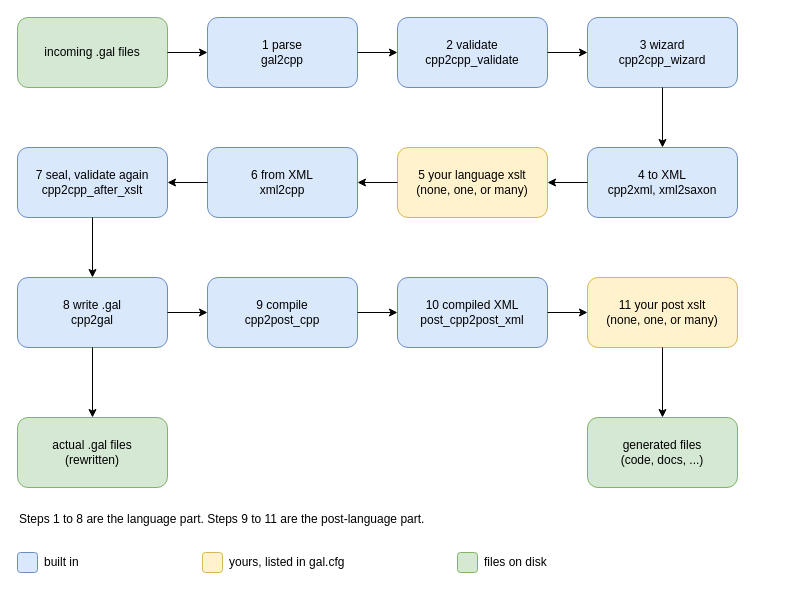
goloveshin/galimatron_doc keeps this draw.io diagram as drawio/03_run_pipeline.drawio. Above is the earlier version. Source tidied: cells renumbered, new cells numbered last; positions are measured from the earlier drawing's top-left corner, leaving out a move shared by most shapes. Both pictures are drawn from the tidied source at 100%, with x=0, y=0 at pixel (17, 17).
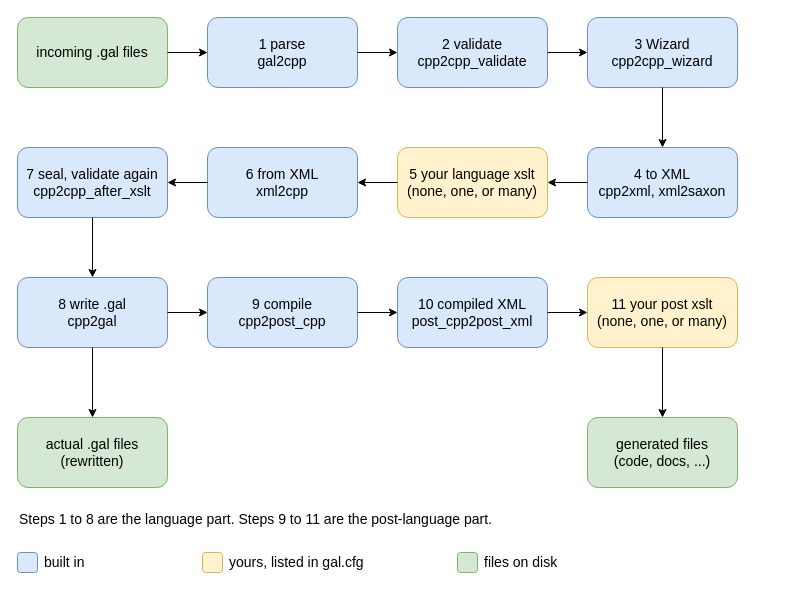
After the change.

Change to the diagram source:
```diff
@@
-    <mxCell id="2" value="incoming .gal files" style="rounded=1;whiteSpace=wrap;html=1;fillColor=#d5e8d4;strokeColor=#82b366;" parent="1" vertex="1">
+    <mxCell id="2" value="incoming .gal files" style="rounded=1;whiteSpace=wrap;html=1;fillColor=#d5e8d4;strokeColor=#82b366;fontSize=14;" parent="1" vertex="1">
       <mxGeometry width="150" height="70" as="geometry" />
     </mxCell>
-    <mxCell id="3" value="1 parse&lt;br&gt;gal2cpp" style="rounded=1;whiteSpace=wrap;html=1;fillColor=#dae8fc;strokeColor=#6c8ebf;" parent="1" vertex="1">
+    <mxCell id="3" value="1 parse&lt;br&gt;gal2cpp" style="rounded=1;whiteSpace=wrap;html=1;fillColor=#dae8fc;strokeColor=#6c8ebf;fontSize=14;" parent="1" vertex="1">
       <mxGeometry x="190" width="150" height="70" as="geometry" />
     </mxCell>
-    <mxCell id="4" value="2 validate&lt;br&gt;cpp2cpp_validate" style="rounded=1;whiteSpace=wrap;html=1;fillColor=#dae8fc;strokeColor=#6c8ebf;" parent="1" vertex="1">
+    <mxCell id="4" value="2 validate&lt;br&gt;cpp2cpp_validate" style="rounded=1;whiteSpace=wrap;html=1;fillColor=#dae8fc;strokeColor=#6c8ebf;fontSize=14;" parent="1" vertex="1">
       <mxGeometry x="380" width="150" height="70" as="geometry" />
     </mxCell>
-    <mxCell id="5" value="3 wizard&lt;br&gt;cpp2cpp_wizard" style="rounded=1;whiteSpace=wrap;html=1;fillColor=#dae8fc;strokeColor=#6c8ebf;" parent="1" vertex="1">
+    <mxCell id="5" value="3 Wizard&lt;br&gt;cpp2cpp_wizard" style="rounded=1;whiteSpace=wrap;html=1;fillColor=#dae8fc;strokeColor=#6c8ebf;fontSize=14;" parent="1" vertex="1">
       <mxGeometry x="570" width="150" height="70" as="geometry" />
     </mxCell>
-    <mxCell id="6" value="4 to XML&lt;br&gt;cpp2xml, xml2saxon" style="rounded=1;whiteSpace=wrap;html=1;fillColor=#dae8fc;strokeColor=#6c8ebf;" parent="1" vertex="1">
+    <mxCell id="6" value="4 to XML&lt;br&gt;cpp2xml, xml2saxon" style="rounded=1;whiteSpace=wrap;html=1;fillColor=#dae8fc;strokeColor=#6c8ebf;fontSize=14;" parent="1" vertex="1">
       <mxGeometry x="570" y="130" width="150" height="70" as="geometry" />
     </mxCell>
-    <mxCell id="7" value="5 your language xslt&lt;br&gt;(none, one, or many)" style="rounded=1;whiteSpace=wrap;html=1;fillColor=#fff2cc;strokeColor=#d6b656;" parent="1" vertex="1">
+    <mxCell id="7" value="5 your language xslt&lt;br&gt;(none, one, or many)" style="rounded=1;whiteSpace=wrap;html=1;fillColor=#fff2cc;strokeColor=#d6b656;fontSize=14;" parent="1" vertex="1">
       <mxGeometry x="380" y="130" width="150" height="70" as="geometry" />
     </mxCell>
-    <mxCell id="8" value="6 from XML&lt;br&gt;xml2cpp" style="rounded=1;whiteSpace=wrap;html=1;fillColor=#dae8fc;strokeColor=#6c8ebf;" parent="1" vertex="1">
+    <mxCell id="8" value="6 from XML&lt;br&gt;xml2cpp" style="rounded=1;whiteSpace=wrap;html=1;fillColor=#dae8fc;strokeColor=#6c8ebf;fontSize=14;" parent="1" vertex="1">
       <mxGeometry x="190" y="130" width="150" height="70" as="geometry" />
     </mxCell>
-    <mxCell id="9" value="7 seal, validate again&lt;br&gt;cpp2cpp_after_xslt" style="rounded=1;whiteSpace=wrap;html=1;fillColor=#dae8fc;strokeColor=#6c8ebf;" parent="1" vertex="1">
+    <mxCell id="9" value="7 seal, validate again&lt;br&gt;cpp2cpp_after_xslt" style="rounded=1;whiteSpace=wrap;html=1;fillColor=#dae8fc;strokeColor=#6c8ebf;fontSize=14;" parent="1" vertex="1">
       <mxGeometry y="130" width="150" height="70" as="geometry" />
     </mxCell>
-    <mxCell id="10" value="8 write .gal&lt;br&gt;cpp2gal" style="rounded=1;whiteSpace=wrap;html=1;fillColor=#dae8fc;strokeColor=#6c8ebf;" parent="1" vertex="1">
+    <mxCell id="10" value="8 write .gal&lt;br&gt;cpp2gal" style="rounded=1;whiteSpace=wrap;html=1;fillColor=#dae8fc;strokeColor=#6c8ebf;fontSize=14;" parent="1" vertex="1">
       <mxGeometry y="260" width="150" height="70" as="geometry" />
     </mxCell>
-    <mxCell id="11" value="9 compile&lt;br&gt;cpp2post_cpp" style="rounded=1;whiteSpace=wrap;html=1;fillColor=#dae8fc;strokeColor=#6c8ebf;" parent="1" vertex="1">
+    <mxCell id="11" value="9 compile&lt;br&gt;cpp2post_cpp" style="rounded=1;whiteSpace=wrap;html=1;fillColor=#dae8fc;strokeColor=#6c8ebf;fontSize=14;" parent="1" vertex="1">
       <mxGeometry x="190" y="260" width="150" height="70" as="geometry" />
     </mxCell>
-    <mxCell id="12" value="10 compiled XML&lt;br&gt;post_cpp2post_xml" style="rounded=1;whiteSpace=wrap;html=1;fillColor=#dae8fc;strokeColor=#6c8ebf;" parent="1" vertex="1">
+    <mxCell id="12" value="10 compiled XML&lt;br&gt;post_cpp2post_xml" style="rounded=1;whiteSpace=wrap;html=1;fillColor=#dae8fc;strokeColor=#6c8ebf;fontSize=14;" parent="1" vertex="1">
       <mxGeometry x="380" y="260" width="150" height="70" as="geometry" />
     </mxCell>
-    <mxCell id="13" value="11 your post xslt&lt;br&gt;(none, one, or many)" style="rounded=1;whiteSpace=wrap;html=1;fillColor=#fff2cc;strokeColor=#d6b656;" parent="1" vertex="1">
+    <mxCell id="13" value="11 your post xslt&lt;br&gt;(none, one, or many)" style="rounded=1;whiteSpace=wrap;html=1;fillColor=#fff2cc;strokeColor=#d6b656;fontSize=14;" parent="1" vertex="1">
       <mxGeometry x="570" y="260" width="150" height="70" as="geometry" />
     </mxCell>
-    <mxCell id="14" value="actual .gal files&lt;br&gt;(rewritten)" style="rounded=1;whiteSpace=wrap;html=1;fillColor=#d5e8d4;strokeColor=#82b366;" parent="1" vertex="1">
+    <mxCell id="14" value="actual .gal files&lt;br&gt;(rewritten)" style="rounded=1;whiteSpace=wrap;html=1;fillColor=#d5e8d4;strokeColor=#82b366;fontSize=14;" parent="1" vertex="1">
       <mxGeometry y="400" width="150" height="70" as="geometry" />
     </mxCell>
-    <mxCell id="15" value="generated files&lt;br&gt;(code, docs, ...)" style="rounded=1;whiteSpace=wrap;html=1;fillColor=#d5e8d4;strokeColor=#82b366;" parent="1" vertex="1">
+    <mxCell id="15" value="generated files&lt;br&gt;(code, docs, ...)" style="rounded=1;whiteSpace=wrap;html=1;fillColor=#d5e8d4;strokeColor=#82b366;fontSize=14;" parent="1" vertex="1">
       <mxGeometry x="570" y="400" width="150" height="70" as="geometry" />
     </mxCell>
@@
-    <mxCell id="29" value="Steps 1 to 8 are the language part. Steps 9 to 11 are the post-language part." style="text;html=1;whiteSpace=wrap;verticalAlign=middle;align=left;" parent="1" vertex="1">
+    <mxCell id="29" value="Steps 1 to 8 are the language part. Steps 9 to 11 are the post-language part." style="text;html=1;whiteSpace=wrap;verticalAlign=middle;align=left;fontSize=14;" parent="1" vertex="1">
       <mxGeometry y="490" width="750" height="24" as="geometry" />
     </mxCell>
-    <mxCell id="30" style="rounded=1;whiteSpace=wrap;html=1;fillColor=#dae8fc;strokeColor=#6c8ebf;" parent="1" vertex="1">
+    <mxCell id="30" style="rounded=1;whiteSpace=wrap;html=1;fillColor=#dae8fc;strokeColor=#6c8ebf;fontSize=14;" parent="1" vertex="1">
       <mxGeometry y="535" width="20" height="20" as="geometry" />
     </mxCell>
-    <mxCell id="31" value="built in" style="text;html=1;whiteSpace=wrap;verticalAlign=middle;align=left;" parent="1" vertex="1">
+    <mxCell id="31" value="built in" style="text;html=1;whiteSpace=wrap;verticalAlign=middle;align=left;fontSize=14;" parent="1" vertex="1">
       <mxGeometry x="25" y="530" width="150" height="30" as="geometry" />
     </mxCell>
-    <mxCell id="32" style="rounded=1;whiteSpace=wrap;html=1;fillColor=#fff2cc;strokeColor=#d6b656;" parent="1" vertex="1">
+    <mxCell id="32" style="rounded=1;whiteSpace=wrap;html=1;fillColor=#fff2cc;strokeColor=#d6b656;fontSize=14;" parent="1" vertex="1">
       <mxGeometry x="185" y="535" width="20" height="20" as="geometry" />
     </mxCell>
-    <mxCell id="33" value="yours, listed in gal.cfg" style="text;html=1;whiteSpace=wrap;verticalAlign=middle;align=left;" parent="1" vertex="1">
+    <mxCell id="33" value="yours, listed in gal.cfg" style="text;html=1;whiteSpace=wrap;verticalAlign=middle;align=left;fontSize=14;" parent="1" vertex="1">
       <mxGeometry x="210" y="530" width="200" height="30" as="geometry" />
     </mxCell>
-    <mxCell id="34" style="rounded=1;whiteSpace=wrap;html=1;fillColor=#d5e8d4;strokeColor=#82b366;" parent="1" vertex="1">
+    <mxCell id="34" style="rounded=1;whiteSpace=wrap;html=1;fillColor=#d5e8d4;strokeColor=#82b366;fontSize=14;" parent="1" vertex="1">
       <mxGeometry x="440" y="535" width="20" height="20" as="geometry" />
     </mxCell>
-    <mxCell id="35" value="files on disk" style="text;html=1;whiteSpace=wrap;verticalAlign=middle;align=left;" parent="1" vertex="1">
+    <mxCell id="35" value="files on disk" style="text;html=1;whiteSpace=wrap;verticalAlign=middle;align=left;fontSize=14;" parent="1" vertex="1">
       <mxGeometry x="465" y="530" width="200" height="30" as="geometry" />
     </mxCell>
```
